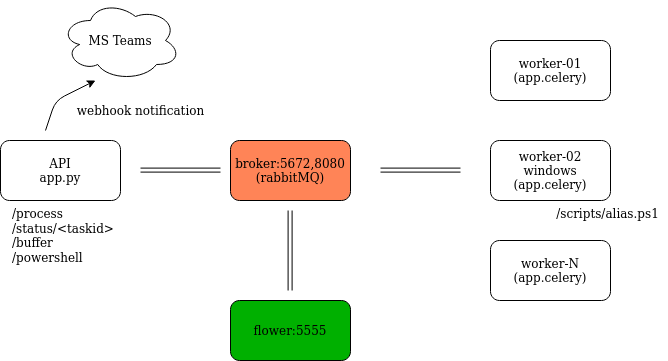
The draw.io diagram doc/tasks_flow.png in joagonzalez/async-scheduler, before a commit. Source tidied: cells renumbered, new cells last; positions are measured from the earlier drawing's top-left corner, leaving out a move shared by most shapes.
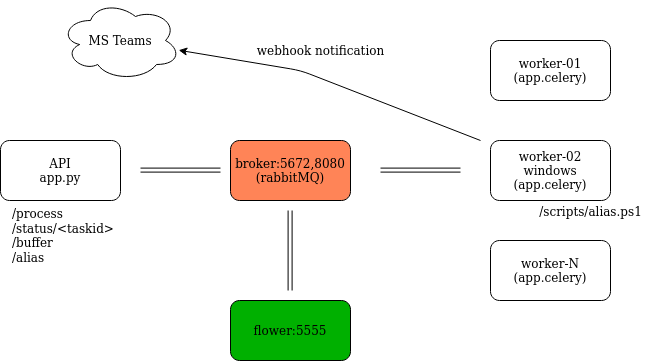
After the commit.

Change to the diagram source:
```diff
@@ -8,7 +8,7 @@
     <mxCell id="3" value="&lt;div&gt;worker-01&lt;/div&gt;&lt;div&gt;(app.celery)&lt;br&gt;&lt;/div&gt;" style="rounded=1;whiteSpace=wrap;html=1;" parent="1" vertex="1">
       <mxGeometry x="490" y="40" width="120" height="60" as="geometry" />
     </mxCell>
-    <mxCell id="4" value="&lt;div&gt;worker-02&lt;/div&gt;&lt;div&gt;windows&lt;br&gt;&lt;/div&gt;(app.celery)" style="rounded=1;whiteSpace=wrap;html=1;" parent="1" vertex="1">
+    <mxCell id="4" value="&lt;div&gt;worker-02&lt;/div&gt;&lt;div&gt;windows&lt;br&gt;&lt;/div&gt;&lt;div&gt;(app.celery)&lt;/div&gt;" style="rounded=1;whiteSpace=wrap;html=1;" parent="1" vertex="1">
       <mxGeometry x="490" y="140" width="120" height="60" as="geometry" />
     </mxCell>
     <mxCell id="5" value="&lt;div&gt;worker-N&lt;/div&gt;(app.celery)" style="rounded=1;whiteSpace=wrap;html=1;" parent="1" vertex="1">
@@ -38,26 +38,25 @@
     <mxCell id="10" value="&lt;div&gt;flower:5555&lt;/div&gt;" style="rounded=1;whiteSpace=wrap;html=1;fillColor=#00B000;" parent="1" vertex="1">
       <mxGeometry x="230" y="300" width="120" height="60" as="geometry" />
     </mxCell>
-    <mxCell id="11" value="&lt;div align=&quot;left&quot;&gt;/process&lt;/div&gt;&lt;div align=&quot;left&quot;&gt;/status/&amp;lt;taskid&amp;gt;&lt;/div&gt;&lt;div align=&quot;left&quot;&gt;/buffer&lt;/div&gt;&lt;div align=&quot;left&quot;&gt;/powershell&lt;br&gt;&lt;/div&gt;" style="text;html=1;align=left;verticalAlign=middle;" parent="1" vertex="1">
+    <mxCell id="11" value="&lt;div align=&quot;left&quot;&gt;/process&lt;/div&gt;&lt;div align=&quot;left&quot;&gt;/status/&amp;lt;taskid&amp;gt;&lt;/div&gt;&lt;div align=&quot;left&quot;&gt;/buffer&lt;/div&gt;&lt;div align=&quot;left&quot;&gt;/alias&lt;br&gt;&lt;/div&gt;" style="text;html=1;align=left;verticalAlign=middle;" parent="1" vertex="1">
       <mxGeometry x="10" y="205" width="120" height="60" as="geometry" />
     </mxCell>
     <mxCell id="12" value="MS Teams" style="ellipse;shape=cloud;whiteSpace=wrap;html=1;fillColor=#FFFFFF;" parent="1" vertex="1">
       <mxGeometry x="60" width="120" height="80" as="geometry" />
     </mxCell>
-    <mxCell id="13" style="endArrow=classic;html=1;" parent="1" edge="1">
+    <mxCell id="13" style="endArrow=classic;html=1;" parent="1" edge="1" target="12">
       <mxGeometry relative="1" as="geometry">
-        <mxPoint x="45" y="130" as="sourcePoint" />
-        <mxPoint x="95" y="80" as="targetPoint" />
+        <mxPoint x="480" y="140" as="sourcePoint" />
         <Array as="points">
-          <mxPoint x="55" y="100" />
+          <mxPoint x="300" y="70" />
         </Array>
       </mxGeometry>
     </mxCell>
     <mxCell id="14" value="webhook notification" style="text;html=1;align=center;verticalAlign=middle;" parent="1" vertex="1">
-      <mxGeometry x="70" y="100" width="140" height="20" as="geometry" />
+      <mxGeometry x="250" y="40" width="140" height="20" as="geometry" />
     </mxCell>
     <mxCell id="15" value="/scripts/alias.ps1" style="text;html=1;align=center;verticalAlign=middle;" parent="1" vertex="1">
-      <mxGeometry x="547" y="203" width="120" height="20" as="geometry" />
+      <mxGeometry x="530" y="201" width="120" height="20" as="geometry" />
     </mxCell>
   </root>
 </mxGraphModel>
```
